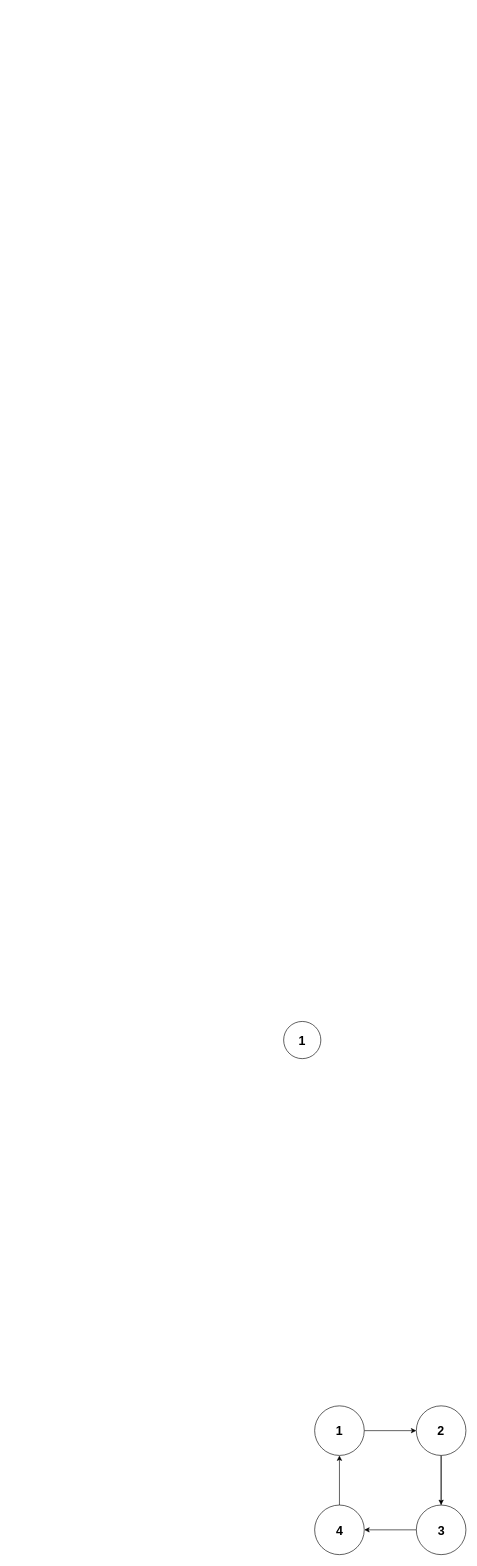
The draw.io diagram R3_T04_01_Graf_Proba.drawio in draganilicnis/R3_T01_03_Faktorizacija_TLE_Proizvodi_potpuni_kvadrati, before the edit. Source tidied: cells renumbered, new cells numbered last; positions are measured from the earlier drawing's top-left corner, leaving out a move shared by most shapes. Both pictures are drawn from the tidied source at 62%, with x=0, y=0 at pixel (283, 1021).
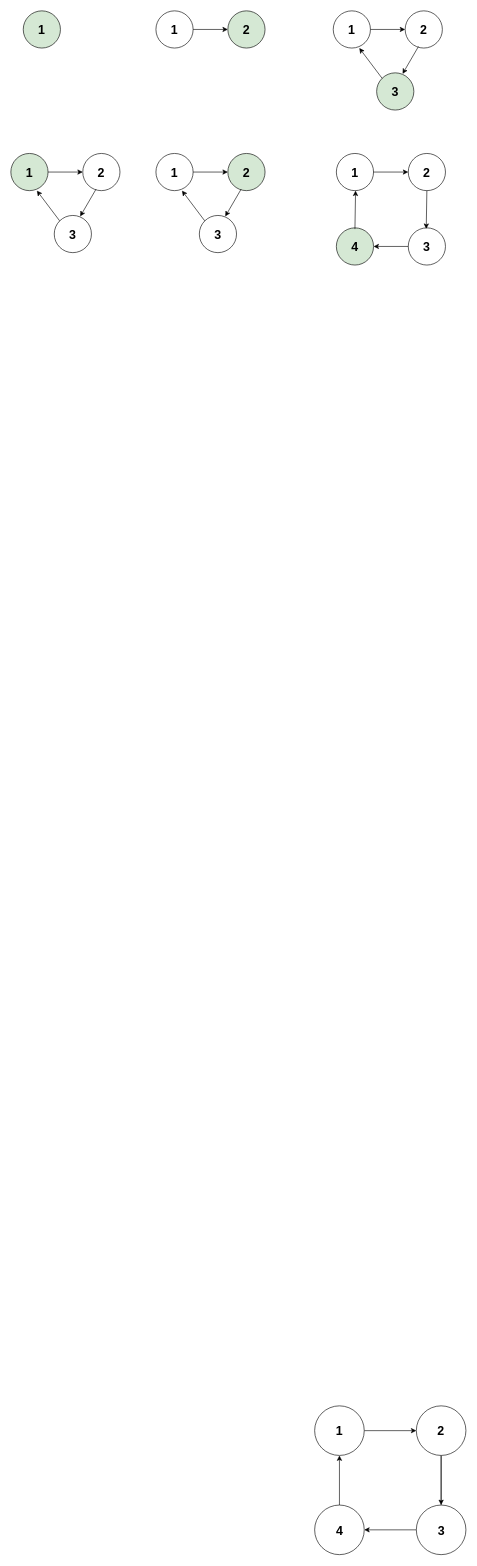
The same diagram, later.

What changed in the source:
```diff
@@
-    <mxCell id="2" style="ellipse;whiteSpace=wrap;html=1;" parent="1" vertex="1">
-      <mxGeometry width="60" height="60" as="geometry" />
+    <mxCell id="2" style="ellipse;whiteSpace=wrap;html=1;fillColor=#D5E8D4;" parent="1" vertex="1">
+      <mxGeometry x="-420" y="-1630" width="60" height="60" as="geometry" />
     </mxCell>
     <mxCell id="3" value="1" style="text;strokeColor=none;align=center;fillColor=none;html=1;verticalAlign=middle;whiteSpace=wrap;rounded=0;fontStyle=1;fontSize=20;" parent="1" vertex="1">
-      <mxGeometry y="17.5" width="60" height="25" as="geometry" />
+      <mxGeometry x="-420" y="-1612.5" width="60" height="25" as="geometry" />
     </mxCell>
@@
+    <mxCell id="17" style="ellipse;whiteSpace=wrap;html=1;" parent="1" vertex="1">
+      <mxGeometry x="-206" y="-1630" width="60" height="60" as="geometry" />
+    </mxCell>
+    <mxCell id="18" value="1" style="text;strokeColor=none;align=center;fillColor=none;html=1;verticalAlign=middle;whiteSpace=wrap;rounded=0;fontStyle=1;fontSize=20;" parent="1" vertex="1">
+      <mxGeometry x="-206" y="-1612.5" width="60" height="25" as="geometry" />
+    </mxCell>
+    <mxCell id="19" style="ellipse;whiteSpace=wrap;html=1;fillColor=#D5E8D4;" parent="1" vertex="1">
+      <mxGeometry x="-90" y="-1630" width="60" height="60" as="geometry" />
+    </mxCell>
+    <mxCell id="20" value="2" style="text;strokeColor=none;align=center;fillColor=none;html=1;verticalAlign=middle;whiteSpace=wrap;rounded=0;fontStyle=1;fontSize=20;" parent="1" vertex="1">
+      <mxGeometry x="-90" y="-1612.5" width="60" height="25" as="geometry" />
+    </mxCell>
+    <mxCell id="21" style="rounded=0;jettySize=auto;html=1;exitX=1;exitY=0.5;exitDx=0;exitDy=0;entryX=0;entryY=0.5;entryDx=0;entryDy=0;" parent="1" edge="1" source="18" target="20">
+      <mxGeometry relative="1" as="geometry" />
+    </mxCell>
+    <mxCell id="22" style="ellipse;whiteSpace=wrap;html=1;" parent="1" vertex="1">
+      <mxGeometry x="80" y="-1630" width="60" height="60" as="geometry" />
+    </mxCell>
+    <mxCell id="23" value="1" style="text;strokeColor=none;align=center;fillColor=none;html=1;verticalAlign=middle;whiteSpace=wrap;rounded=0;fontStyle=1;fontSize=20;" parent="1" vertex="1">
+      <mxGeometry x="80" y="-1612.5" width="60" height="25" as="geometry" />
+    </mxCell>
+    <mxCell id="24" style="ellipse;whiteSpace=wrap;html=1;fillColor=#FFFFFF;" parent="1" vertex="1">
+      <mxGeometry x="196" y="-1630" width="60" height="60" as="geometry" />
+    </mxCell>
+    <mxCell id="25" value="2" style="text;strokeColor=none;align=center;fillColor=none;html=1;verticalAlign=middle;whiteSpace=wrap;rounded=0;fontStyle=1;fontSize=20;" parent="1" vertex="1">
+      <mxGeometry x="196" y="-1612.5" width="60" height="25" as="geometry" />
+    </mxCell>
+    <mxCell id="26" style="rounded=0;jettySize=auto;html=1;exitX=1;exitY=0.5;exitDx=0;exitDy=0;entryX=0;entryY=0.5;entryDx=0;entryDy=0;" parent="1" edge="1" source="23" target="25">
+      <mxGeometry relative="1" as="geometry" />
+    </mxCell>
+    <mxCell id="27" style="ellipse;whiteSpace=wrap;html=1;fillColor=#D5E8D4;" parent="1" vertex="1">
+      <mxGeometry x="150" y="-1530" width="60" height="60" as="geometry" />
+    </mxCell>
+    <mxCell id="28" value="3" style="text;strokeColor=none;align=center;fillColor=none;html=1;verticalAlign=middle;whiteSpace=wrap;rounded=0;fontStyle=1;fontSize=20;" parent="1" vertex="1">
+      <mxGeometry x="150" y="-1512.5" width="60" height="25" as="geometry" />
+    </mxCell>
+    <mxCell id="29" style="rounded=0;jettySize=auto;html=1;exitX=0.357;exitY=0.96;exitDx=0;exitDy=0;entryX=0.697;entryY=0.027;entryDx=0;entryDy=0;exitPerimeter=0;entryPerimeter=0;" parent="1" edge="1" source="24" target="27">
+      <mxGeometry relative="1" as="geometry" />
+    </mxCell>
+    <mxCell id="30" style="rounded=0;jettySize=auto;html=1;exitX=0;exitY=0;exitDx=0;exitDy=0;" parent="1" edge="1" source="27">
+      <mxGeometry relative="1" as="geometry">
+        <mxPoint x="122" y="-1570" as="targetPoint" />
+      </mxGeometry>
+    </mxCell>
+    <mxCell id="31" style="ellipse;whiteSpace=wrap;html=1;fillColor=#D5E8D4;" parent="1" vertex="1">
+      <mxGeometry x="-440" y="-1400" width="60" height="60" as="geometry" />
+    </mxCell>
+    <mxCell id="32" value="1" style="text;strokeColor=none;align=center;fillColor=none;html=1;verticalAlign=middle;whiteSpace=wrap;rounded=0;fontStyle=1;fontSize=20;" parent="1" vertex="1">
+      <mxGeometry x="-440" y="-1382.5" width="60" height="25" as="geometry" />
+    </mxCell>
+    <mxCell id="33" style="ellipse;whiteSpace=wrap;html=1;fillColor=#FFFFFF;" parent="1" vertex="1">
+      <mxGeometry x="-324" y="-1400" width="60" height="60" as="geometry" />
+    </mxCell>
+    <mxCell id="34" value="2" style="text;strokeColor=none;align=center;fillColor=none;html=1;verticalAlign=middle;whiteSpace=wrap;rounded=0;fontStyle=1;fontSize=20;" parent="1" vertex="1">
+      <mxGeometry x="-324" y="-1382.5" width="60" height="25" as="geometry" />
+    </mxCell>
+    <mxCell id="35" style="rounded=0;jettySize=auto;html=1;exitX=1;exitY=0.5;exitDx=0;exitDy=0;entryX=0;entryY=0.5;entryDx=0;entryDy=0;" parent="1" edge="1" source="32" target="34">
+      <mxGeometry relative="1" as="geometry" />
+    </mxCell>
+    <mxCell id="36" style="ellipse;whiteSpace=wrap;html=1;fillColor=#FFFFFF;" parent="1" vertex="1">
+      <mxGeometry x="-370" y="-1300" width="60" height="60" as="geometry" />
+    </mxCell>
+    <mxCell id="37" value="3" style="text;strokeColor=none;align=center;fillColor=none;html=1;verticalAlign=middle;whiteSpace=wrap;rounded=0;fontStyle=1;fontSize=20;" parent="1" vertex="1">
+      <mxGeometry x="-370" y="-1282.5" width="60" height="25" as="geometry" />
+    </mxCell>
+    <mxCell id="38" style="rounded=0;jettySize=auto;html=1;exitX=0.357;exitY=0.96;exitDx=0;exitDy=0;entryX=0.697;entryY=0.027;entryDx=0;entryDy=0;exitPerimeter=0;entryPerimeter=0;" parent="1" edge="1" source="33" target="36">
+      <mxGeometry relative="1" as="geometry" />
+    </mxCell>
+    <mxCell id="39" style="rounded=0;jettySize=auto;html=1;exitX=0;exitY=0;exitDx=0;exitDy=0;" parent="1" edge="1" source="36">
+      <mxGeometry relative="1" as="geometry">
+        <mxPoint x="-398" y="-1340" as="targetPoint" />
+      </mxGeometry>
+    </mxCell>
+    <mxCell id="40" style="ellipse;whiteSpace=wrap;html=1;fillColor=#FFFFFF;" parent="1" vertex="1">
+      <mxGeometry x="-206" y="-1400" width="60" height="60" as="geometry" />
+    </mxCell>
+    <mxCell id="41" value="1" style="text;strokeColor=none;align=center;fillColor=none;html=1;verticalAlign=middle;whiteSpace=wrap;rounded=0;fontStyle=1;fontSize=20;" parent="1" vertex="1">
+      <mxGeometry x="-206" y="-1382.5" width="60" height="25" as="geometry" />
+    </mxCell>
+    <mxCell id="42" style="ellipse;whiteSpace=wrap;html=1;fillColor=#D5E8D4;" parent="1" vertex="1">
+      <mxGeometry x="-90" y="-1400" width="60" height="60" as="geometry" />
+    </mxCell>
+    <mxCell id="43" value="2" style="text;strokeColor=none;align=center;fillColor=none;html=1;verticalAlign=middle;whiteSpace=wrap;rounded=0;fontStyle=1;fontSize=20;" parent="1" vertex="1">
+      <mxGeometry x="-90" y="-1382.5" width="60" height="25" as="geometry" />
+    </mxCell>
+    <mxCell id="44" style="rounded=0;jettySize=auto;html=1;exitX=1;exitY=0.5;exitDx=0;exitDy=0;entryX=0;entryY=0.5;entryDx=0;entryDy=0;" parent="1" edge="1" source="41" target="43">
+      <mxGeometry relative="1" as="geometry" />
+    </mxCell>
+    <mxCell id="45" style="ellipse;whiteSpace=wrap;html=1;fillColor=#FFFFFF;" parent="1" vertex="1">
+      <mxGeometry x="-136" y="-1300" width="60" height="60" as="geometry" />
+    </mxCell>
+    <mxCell id="46" value="3" style="text;strokeColor=none;align=center;fillColor=none;html=1;verticalAlign=middle;whiteSpace=wrap;rounded=0;fontStyle=1;fontSize=20;" parent="1" vertex="1">
+      <mxGeometry x="-136" y="-1282.5" width="60" height="25" as="geometry" />
+    </mxCell>
+    <mxCell id="47" style="rounded=0;jettySize=auto;html=1;exitX=0.357;exitY=0.96;exitDx=0;exitDy=0;entryX=0.697;entryY=0.027;entryDx=0;entryDy=0;exitPerimeter=0;entryPerimeter=0;" parent="1" edge="1" source="42" target="45">
+      <mxGeometry relative="1" as="geometry" />
+    </mxCell>
+    <mxCell id="48" style="rounded=0;jettySize=auto;html=1;exitX=0;exitY=0;exitDx=0;exitDy=0;" parent="1" edge="1" source="45">
+      <mxGeometry relative="1" as="geometry">
+        <mxPoint x="-164" y="-1340" as="targetPoint" />
+      </mxGeometry>
+    </mxCell>
+    <mxCell id="49" style="ellipse;whiteSpace=wrap;html=1;fillColor=#FFFFFF;" parent="1" vertex="1">
+      <mxGeometry x="85" y="-1400" width="60" height="60" as="geometry" />
+    </mxCell>
+    <mxCell id="50" value="1" style="text;strokeColor=none;align=center;fillColor=none;html=1;verticalAlign=middle;whiteSpace=wrap;rounded=0;fontStyle=1;fontSize=20;" parent="1" vertex="1">
+      <mxGeometry x="85" y="-1382.5" width="60" height="25" as="geometry" />
+    </mxCell>
+    <mxCell id="51" style="ellipse;whiteSpace=wrap;html=1;fillColor=#FFFFFF;" parent="1" vertex="1">
+      <mxGeometry x="201" y="-1400" width="60" height="60" as="geometry" />
+    </mxCell>
+    <mxCell id="52" value="2" style="text;strokeColor=none;align=center;fillColor=none;html=1;verticalAlign=middle;whiteSpace=wrap;rounded=0;fontStyle=1;fontSize=20;" parent="1" vertex="1">
+      <mxGeometry x="201" y="-1382.5" width="60" height="25" as="geometry" />
+    </mxCell>
+    <mxCell id="53" style="rounded=0;jettySize=auto;html=1;exitX=1;exitY=0.5;exitDx=0;exitDy=0;entryX=0;entryY=0.5;entryDx=0;entryDy=0;" parent="1" edge="1" source="50" target="52">
+      <mxGeometry relative="1" as="geometry" />
+    </mxCell>
+    <mxCell id="54" style="ellipse;whiteSpace=wrap;html=1;fillColor=#FFFFFF;" parent="1" vertex="1">
+      <mxGeometry x="201" y="-1280" width="60" height="60" as="geometry" />
+    </mxCell>
+    <mxCell id="55" value="3" style="text;strokeColor=none;align=center;fillColor=none;html=1;verticalAlign=middle;whiteSpace=wrap;rounded=0;fontStyle=1;fontSize=20;" parent="1" vertex="1">
+      <mxGeometry x="201" y="-1262.5" width="60" height="25" as="geometry" />
+    </mxCell>
+    <mxCell id="56" style="rounded=0;jettySize=auto;html=1;exitX=0.5;exitY=1;exitDx=0;exitDy=0;entryX=0.483;entryY=0.027;entryDx=0;entryDy=0;entryPerimeter=0;" parent="1" edge="1" source="51" target="54">
+      <mxGeometry relative="1" as="geometry" />
+    </mxCell>
+    <mxCell id="57" style="rounded=0;jettySize=auto;html=1;exitX=0;exitY=0.5;exitDx=0;exitDy=0;entryX=1;entryY=0.5;entryDx=0;entryDy=0;" parent="1" edge="1" source="55" target="59">
+      <mxGeometry relative="1" as="geometry" />
+    </mxCell>
+    <mxCell id="58" style="ellipse;whiteSpace=wrap;html=1;fillColor=#D5E8D4;" parent="1" vertex="1">
+      <mxGeometry x="85" y="-1280" width="60" height="60" as="geometry" />
+    </mxCell>
+    <mxCell id="59" value="4" style="text;strokeColor=none;align=center;fillColor=none;html=1;verticalAlign=middle;whiteSpace=wrap;rounded=0;fontStyle=1;fontSize=20;" parent="1" vertex="1">
+      <mxGeometry x="85" y="-1262.5" width="60" height="25" as="geometry" />
+    </mxCell>
+    <mxCell id="60" style="rounded=0;orthogonalLoop=1;jettySize=auto;html=1;exitX=0.5;exitY=1;exitDx=0;exitDy=0;entryX=0.483;entryY=0.027;entryDx=0;entryDy=0;entryPerimeter=0;" parent="1" edge="1">
+      <mxGeometry relative="1" as="geometry">
+        <mxPoint x="115" y="-1278" as="sourcePoint" />
+        <mxPoint x="116" y="-1340" as="targetPoint" />
+      </mxGeometry>
+    </mxCell>
```
